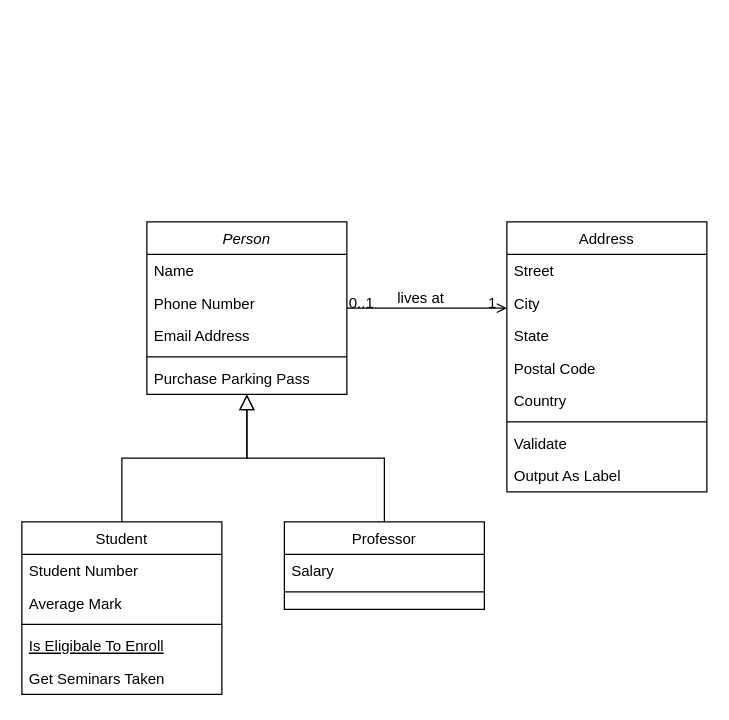
Above: Untitled Diagram.drawio in spyci/ayla (draw.io), before the change. Source tidied: cells renumbered, new cells numbered last; positions are measured from the earlier drawing's top-left corner, leaving out a move shared by most shapes. Both pictures are drawn from the tidied source at 125%, with x=0, y=0 at pixel (21, 221).
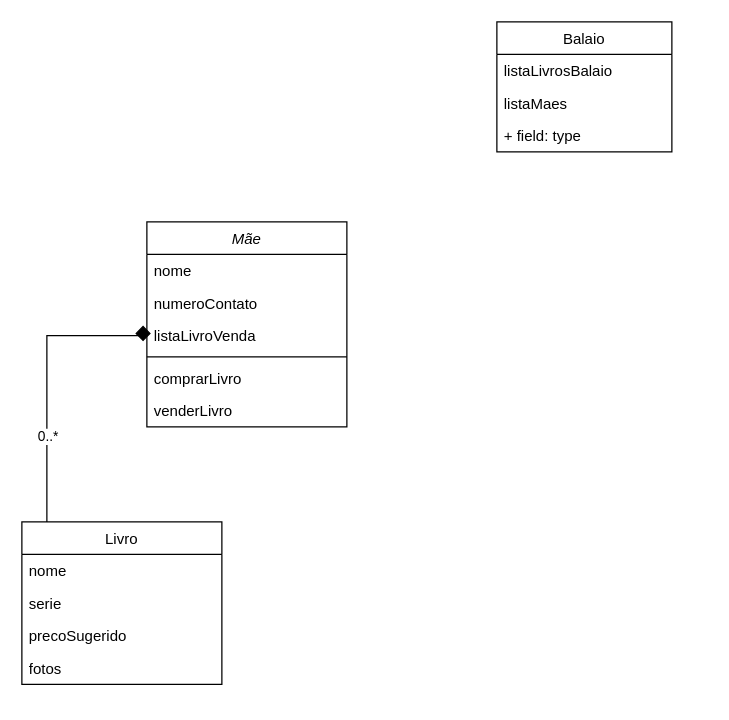
Above is the later version.

Change to the diagram source:
```diff
@@
+    <mxCell id="14" style="endArrow=diamond;endSize=10;endFill=1;shadow=0;strokeWidth=1;rounded=0;edgeStyle=elbowEdgeStyle;elbow=vertical;entryX=-0.019;entryY=0.192;entryDx=0;entryDy=0;entryPerimeter=0;" parent="1" edge="1" source="8" target="5">
+      <mxGeometry relative="1" as="geometry">
+        <Array as="points">
+          <mxPoint x="20" y="91" />
+          <mxPoint x="50" y="200" />
+          <mxPoint x="150" y="180" />
+          <mxPoint x="180" y="180" />
+        </Array>
+      </mxGeometry>
+    </mxCell>
+    <mxCell id="32" value="&lt;div&gt;0..*&lt;/div&gt;" style="edgeLabel;html=1;align=center;verticalAlign=middle;" parent="14" vertex="1">
+      <mxGeometry x="-0.57" y="-25" relative="1" as="geometry">
+        <mxPoint x="-25" y="-19" as="offset" />
+      </mxGeometry>
+    </mxCell>
-    <mxCell id="2" value="Person" style="swimlane;fontStyle=2;align=center;verticalAlign=top;horizontal=1;startSize=26;rounded=0;shadow=0;strokeWidth=1;" parent="1" vertex="1">
-      <mxGeometry x="100" width="160" height="138" as="geometry" />
+    <mxCell id="2" value="Mãe&#10;" style="swimlane;fontStyle=2;align=center;verticalAlign=top;horizontal=1;startSize=26;rounded=0;shadow=0;strokeWidth=1;" parent="1" vertex="1">
+      <mxGeometry x="100" width="160" height="164" as="geometry" />
     </mxCell>
-    <mxCell id="3" value="Name" style="text;align=left;verticalAlign=top;spacingLeft=4;spacingRight=4;overflow=hidden;" parent="2" vertex="1">
+    <mxCell id="3" value="nome" style="text;align=left;verticalAlign=top;spacingLeft=4;spacingRight=4;overflow=hidden;" parent="2" vertex="1">
       <mxGeometry y="26" width="160" height="26" as="geometry" />
     </mxCell>
-    <mxCell id="4" value="Phone Number" style="text;align=left;verticalAlign=top;spacingLeft=4;spacingRight=4;overflow=hidden;rounded=0;shadow=0;html=0;" parent="2" vertex="1">
+    <mxCell id="4" value="numeroContato" style="text;align=left;verticalAlign=top;spacingLeft=4;spacingRight=4;overflow=hidden;rounded=0;shadow=0;html=0;" parent="2" vertex="1">
       <mxGeometry y="52" width="160" height="26" as="geometry" />
     </mxCell>
-    <mxCell id="5" value="Email Address" style="text;align=left;verticalAlign=top;spacingLeft=4;spacingRight=4;overflow=hidden;points=[[0,0.5],[1,0.5]];portConstraint=eastwest;rounded=0;shadow=0;html=0;" parent="2" vertex="1">
+    <mxCell id="5" value="listaLivroVenda" style="text;align=left;verticalAlign=top;spacingLeft=4;spacingRight=4;overflow=hidden;points=[[0,0.5],[1,0.5]];portConstraint=eastwest;rounded=0;shadow=0;html=0;" parent="2" vertex="1">
       <mxGeometry y="78" width="160" height="26" as="geometry" />
     </mxCell>
@@
-    <mxCell id="7" value="Purchase Parking Pass" style="text;align=left;verticalAlign=top;spacingLeft=4;spacingRight=4;overflow=hidden;" parent="2" vertex="1">
+    <mxCell id="7" value="comprarLivro" style="text;align=left;verticalAlign=top;spacingLeft=4;spacingRight=4;overflow=hidden;" parent="2" vertex="1">
       <mxGeometry y="112" width="160" height="26" as="geometry" />
     </mxCell>
+    <mxCell id="33" value="venderLivro" style="text;strokeColor=none;fillColor=none;align=left;verticalAlign=top;spacingLeft=4;spacingRight=4;overflow=hidden;" parent="2" vertex="1">
+      <mxGeometry y="138" width="160" height="26" as="geometry" />
+    </mxCell>
-    <mxCell id="8" value="Student" style="swimlane;fontStyle=0;align=center;verticalAlign=top;horizontal=1;startSize=26;rounded=0;shadow=0;strokeWidth=1;" parent="1" vertex="1">
-      <mxGeometry y="240" width="160" height="138" as="geometry" />
+    <mxCell id="8" value="Livro&#10;" style="swimlane;fontStyle=0;align=center;verticalAlign=top;horizontal=1;startSize=26;rounded=0;shadow=0;strokeWidth=1;" parent="1" vertex="1">
+      <mxGeometry y="240" width="160" height="130" as="geometry" />
     </mxCell>
-    <mxCell id="9" value="Student Number" style="text;align=left;verticalAlign=top;spacingLeft=4;spacingRight=4;overflow=hidden;" parent="8" vertex="1">
+    <mxCell id="9" value="nome" style="text;align=left;verticalAlign=top;spacingLeft=4;spacingRight=4;overflow=hidden;" parent="8" vertex="1">
       <mxGeometry y="26" width="160" height="26" as="geometry" />
     </mxCell>
-    <mxCell id="10" value="Average Mark" style="text;align=left;verticalAlign=top;spacingLeft=4;spacingRight=4;overflow=hidden;rounded=0;shadow=0;html=0;" parent="8" vertex="1">
+    <mxCell id="10" value="serie" style="text;align=left;verticalAlign=top;spacingLeft=4;spacingRight=4;overflow=hidden;rounded=0;shadow=0;html=0;" parent="8" vertex="1">
       <mxGeometry y="52" width="160" height="26" as="geometry" />
     </mxCell>
-    <mxCell id="11" style="line;html=1;strokeWidth=1;align=left;verticalAlign=middle;spacingTop=-1;spacingLeft=3;spacingRight=3;labelPosition=right;" parent="8" vertex="1">
-      <mxGeometry y="78" width="160" height="8" as="geometry" />
-    </mxCell>
-    <mxCell id="12" value="Is Eligibale To Enroll" style="text;align=left;verticalAlign=top;spacingLeft=4;spacingRight=4;overflow=hidden;fontStyle=4;" parent="8" vertex="1">
-      <mxGeometry y="86" width="160" height="26" as="geometry" />
-    </mxCell>
-    <mxCell id="13" value="Get Seminars Taken" style="text;align=left;verticalAlign=top;spacingLeft=4;spacingRight=4;overflow=hidden;" parent="8" vertex="1">
-      <mxGeometry y="112" width="160" height="26" as="geometry" />
-    </mxCell>
-    <mxCell id="14" style="endArrow=block;endSize=10;endFill=0;shadow=0;strokeWidth=1;rounded=0;edgeStyle=elbowEdgeStyle;elbow=vertical;" parent="1" edge="1" source="8" target="2">
-      <mxGeometry relative="1" as="geometry" />
-    </mxCell>
-    <mxCell id="15" value="Professor" style="swimlane;fontStyle=0;align=center;verticalAlign=top;horizontal=1;startSize=26;rounded=0;shadow=0;strokeWidth=1;" parent="1" vertex="1">
-      <mxGeometry x="210" y="240" width="160" height="70" as="geometry" />
-    </mxCell>
-    <mxCell id="16" value="Salary" style="text;align=left;verticalAlign=top;spacingLeft=4;spacingRight=4;overflow=hidden;" parent="15" vertex="1">
-      <mxGeometry y="26" width="160" height="26" as="geometry" />
-    </mxCell>
-    <mxCell id="17" style="line;html=1;strokeWidth=1;align=left;verticalAlign=middle;spacingTop=-1;spacingLeft=3;spacingRight=3;labelPosition=right;" parent="15" vertex="1">
-      <mxGeometry y="52" width="160" height="8" as="geometry" />
-    </mxCell>
-    <mxCell id="18" style="endArrow=block;endSize=10;endFill=0;shadow=0;strokeWidth=1;rounded=0;edgeStyle=elbowEdgeStyle;elbow=vertical;" parent="1" edge="1" source="15" target="2">
-      <mxGeometry relative="1" as="geometry" />
-    </mxCell>
-    <mxCell id="19" value="Address" style="swimlane;fontStyle=0;align=center;verticalAlign=top;horizontal=1;startSize=26;rounded=0;shadow=0;strokeWidth=1;" parent="1" vertex="1">
-      <mxGeometry x="388" width="160" height="216" as="geometry" />
-    </mxCell>
-    <mxCell id="20" value="Street" style="text;align=left;verticalAlign=top;spacingLeft=4;spacingRight=4;overflow=hidden;" parent="19" vertex="1">
-      <mxGeometry y="26" width="160" height="26" as="geometry" />
-    </mxCell>
-    <mxCell id="21" value="City" style="text;align=left;verticalAlign=top;spacingLeft=4;spacingRight=4;overflow=hidden;rounded=0;shadow=0;html=0;" parent="19" vertex="1">
-      <mxGeometry y="52" width="160" height="26" as="geometry" />
-    </mxCell>
-    <mxCell id="22" value="State" style="text;align=left;verticalAlign=top;spacingLeft=4;spacingRight=4;overflow=hidden;rounded=0;shadow=0;html=0;" parent="19" vertex="1">
-      <mxGeometry y="78" width="160" height="26" as="geometry" />
-    </mxCell>
-    <mxCell id="23" value="Postal Code" style="text;align=left;verticalAlign=top;spacingLeft=4;spacingRight=4;overflow=hidden;rounded=0;shadow=0;html=0;" parent="19" vertex="1">
-      <mxGeometry y="104" width="160" height="26" as="geometry" />
-    </mxCell>
-    <mxCell id="24" value="Country" style="text;align=left;verticalAlign=top;spacingLeft=4;spacingRight=4;overflow=hidden;rounded=0;shadow=0;html=0;" parent="19" vertex="1">
-      <mxGeometry y="130" width="160" height="26" as="geometry" />
-    </mxCell>
-    <mxCell id="25" style="line;html=1;strokeWidth=1;align=left;verticalAlign=middle;spacingTop=-1;spacingLeft=3;spacingRight=3;labelPosition=right;" parent="19" vertex="1">
-      <mxGeometry y="156" width="160" height="8" as="geometry" />
-    </mxCell>
-    <mxCell id="26" value="Validate" style="text;align=left;verticalAlign=top;spacingLeft=4;spacingRight=4;overflow=hidden;" parent="19" vertex="1">
-      <mxGeometry y="164" width="160" height="26" as="geometry" />
-    </mxCell>
-    <mxCell id="27" value="Output As Label" style="text;align=left;verticalAlign=top;spacingLeft=4;spacingRight=4;overflow=hidden;" parent="19" vertex="1">
-      <mxGeometry y="190" width="160" height="26" as="geometry" />
-    </mxCell>
-    <mxCell id="28" style="endArrow=open;shadow=0;strokeWidth=1;rounded=0;endFill=1;edgeStyle=elbowEdgeStyle;elbow=vertical;" parent="1" edge="1" source="2" target="19">
-      <mxGeometry x="0.5" y="41" relative="1" as="geometry">
-        <mxPoint x="-40" y="32" as="offset" />
-      </mxGeometry>
-    </mxCell>
-    <mxCell id="29" value="0..1" style="align=left;verticalAlign=bottom;labelBackgroundColor=none;fontSize=12;" parent="28" vertex="1">
-      <mxGeometry x="-1" relative="1" as="geometry">
-        <mxPoint y="4" as="offset" />
-      </mxGeometry>
-    </mxCell>
-    <mxCell id="30" value="1" style="align=right;verticalAlign=bottom;labelBackgroundColor=none;fontSize=12;" parent="28" vertex="1">
-      <mxGeometry x="1" relative="1" as="geometry">
-        <mxPoint x="-7" y="4" as="offset" />
-      </mxGeometry>
-    </mxCell>
-    <mxCell id="31" value="lives at" style="text;html=1;align=center;verticalAlign=middle;labelBackgroundColor=none;rounded=0;shadow=0;strokeWidth=1;fontSize=12;" parent="28" vertex="1">
-      <mxGeometry x="0.5" y="49" relative="1" as="geometry">
-        <mxPoint x="-38" y="40" as="offset" />
-      </mxGeometry>
-    </mxCell>
+    <mxCell id="34" value="precoSugerido&#10;" style="text;strokeColor=none;fillColor=none;align=left;verticalAlign=top;spacingLeft=4;spacingRight=4;overflow=hidden;" parent="8" vertex="1">
+      <mxGeometry y="78" width="160" height="26" as="geometry" />
+    </mxCell>
+    <mxCell id="35" value="fotos&#10;" style="text;strokeColor=none;fillColor=none;align=left;verticalAlign=top;spacingLeft=4;spacingRight=4;overflow=hidden;" parent="8" vertex="1">
+      <mxGeometry y="104" width="160" height="26" as="geometry" />
+    </mxCell>
+    <mxCell id="36" value="Balaio" style="swimlane;fontStyle=0;horizontal=1;startSize=26;fillColor=none;" parent="1" vertex="1">
+      <mxGeometry x="380" y="-160" width="140" height="104" as="geometry" />
+    </mxCell>
+    <mxCell id="37" value="listaLivrosBalaio" style="text;strokeColor=none;fillColor=none;align=left;verticalAlign=top;spacingLeft=4;spacingRight=4;overflow=hidden;" parent="36" vertex="1">
+      <mxGeometry y="26" width="140" height="26" as="geometry" />
+    </mxCell>
+    <mxCell id="38" value="listaMaes" style="text;strokeColor=none;fillColor=none;align=left;verticalAlign=top;spacingLeft=4;spacingRight=4;overflow=hidden;" parent="36" vertex="1">
+      <mxGeometry y="52" width="140" height="26" as="geometry" />
+    </mxCell>
+    <mxCell id="39" value="+ field: type" style="text;strokeColor=none;fillColor=none;align=left;verticalAlign=top;spacingLeft=4;spacingRight=4;overflow=hidden;" parent="36" vertex="1">
+      <mxGeometry y="78" width="140" height="26" as="geometry" />
+    </mxCell>
```
